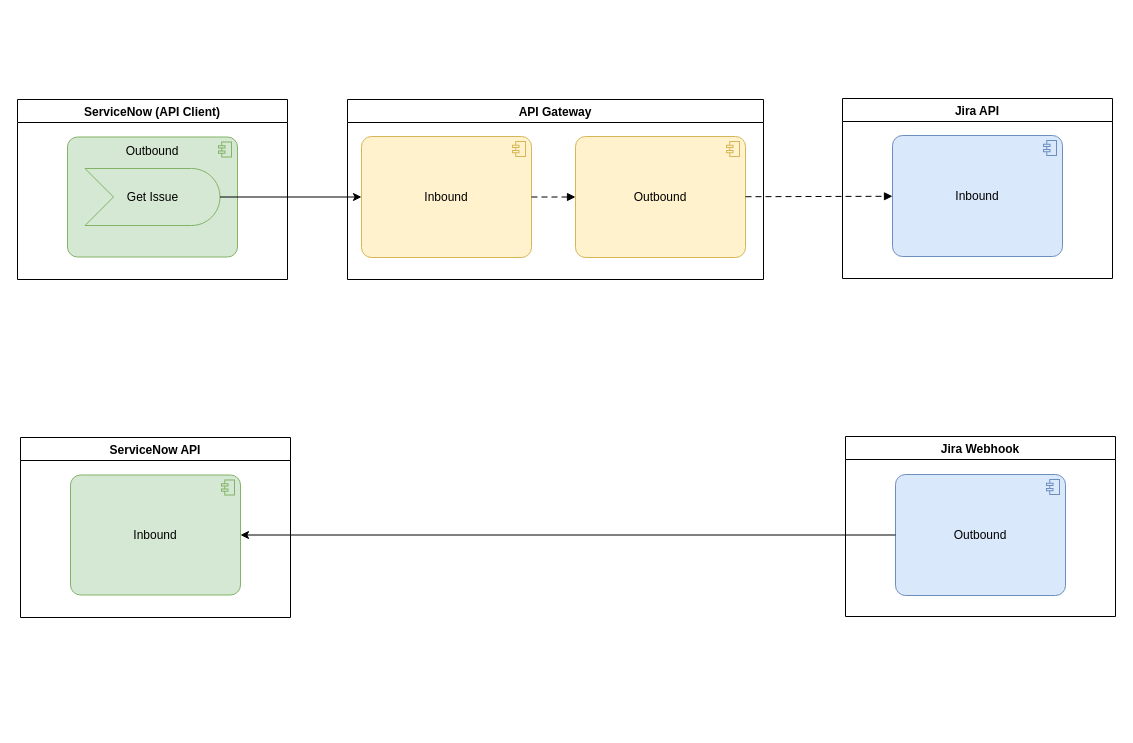
Earlier version of the draw.io diagram page "ApiGateway" (1 of 7) of Rossmann.drawio (algimas/tmp). Source tidied: cells renumbered, new cells numbered last; positions are measured from the earlier drawing's top-left corner, leaving out a move shared by most shapes. Both pictures are drawn from the tidied source at 100%, with x=0, y=0 at pixel (17, 98).
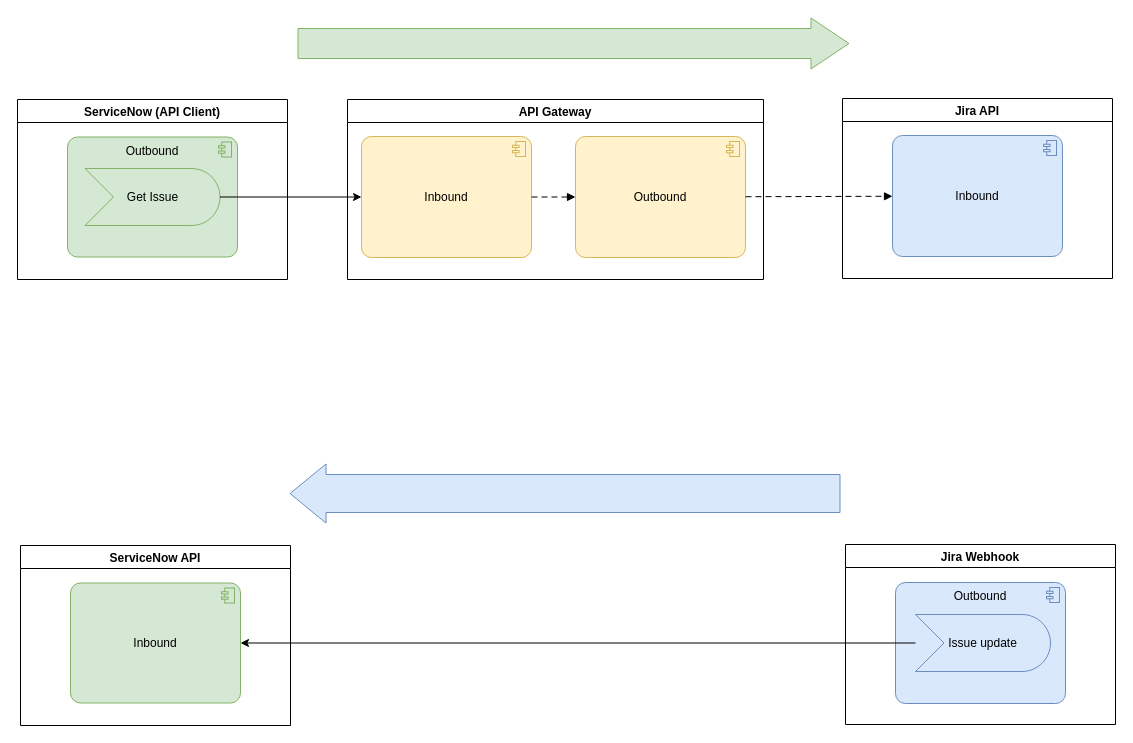
The same page after the edit.

Unchanged cells that the change refers to:
```xml
<mxCell id="14" value="Inbound" style="html=1;outlineConnect=0;whiteSpace=wrap;fillColor=#d5e8d4;shape=mxgraph.archimate3.application;appType=comp;archiType=rounded;strokeColor=#82b366;verticalAlign=middle;fontStyle=0;" parent="13" vertex="1">
  <mxGeometry x="50" y="37.5" width="170" height="120" as="geometry" />
</mxCell>
```

The edit, as a diff of the source:
```diff
@@
     <mxCell id="13" value="ServiceNow API" style="swimlane;" parent="1" vertex="1">
-      <mxGeometry x="3" y="339" width="270" height="180" as="geometry" />
+      <mxGeometry x="3" y="447" width="270" height="180" as="geometry" />
     </mxCell>
@@
     <mxCell id="15" value="Jira Webhook" style="swimlane;" parent="1" vertex="1">
-      <mxGeometry x="828" y="338" width="270" height="180" as="geometry" />
+      <mxGeometry x="828" y="446" width="270" height="180" as="geometry" />
     </mxCell>
-    <mxCell id="16" value="Outbound" style="html=1;outlineConnect=0;whiteSpace=wrap;fillColor=#dae8fc;shape=mxgraph.archimate3.application;appType=comp;archiType=rounded;strokeColor=#6c8ebf;verticalAlign=middle;fontStyle=0;" parent="15" vertex="1">
+    <mxCell id="16" value="Outbound" style="html=1;outlineConnect=0;whiteSpace=wrap;fillColor=#dae8fc;shape=mxgraph.archimate3.application;appType=comp;archiType=rounded;strokeColor=#6c8ebf;verticalAlign=top;fontStyle=0;" parent="15" vertex="1">
       <mxGeometry x="50" y="38" width="170" height="121" as="geometry" />
     </mxCell>
+    <mxCell id="18" value="Issue update" style="html=1;outlineConnect=0;whiteSpace=wrap;fillColor=#dae8fc;shape=mxgraph.archimate3.event;strokeColor=#6c8ebf;fontStyle=0;" parent="15" vertex="1">
+      <mxGeometry x="70" y="70" width="135" height="57" as="geometry" />
+    </mxCell>
-    <mxCell id="17" style="edgeStyle=none;rounded=0;jettySize=auto;html=1;fontSize=6;fontStyle=0;" parent="1" edge="1" source="16" target="14">
+    <mxCell id="17" style="edgeStyle=none;rounded=0;jettySize=auto;html=1;fontSize=6;fontStyle=0;" parent="1" edge="1" source="18" target="14">
       <mxGeometry relative="1" as="geometry" />
     </mxCell>
+    <mxCell id="19" style="shape=flexArrow;endArrow=classic;html=1;rounded=0;width=30;endSize=12.33;fillColor=#d5e8d4;strokeColor=#82b366;" parent="1" edge="1">
+      <mxGeometry relative="1" as="geometry">
+        <mxPoint x="280" y="-55" as="sourcePoint" />
+        <mxPoint x="832" y="-55" as="targetPoint" />
+      </mxGeometry>
+    </mxCell>
+    <mxCell id="20" style="shape=flexArrow;endArrow=classic;html=1;rounded=0;width=38;endSize=11.67;fillColor=#dae8fc;strokeColor=#6c8ebf;" parent="1" edge="1">
+      <mxGeometry relative="1" as="geometry">
+        <mxPoint x="823" y="395" as="sourcePoint" />
+        <mxPoint x="272" y="395" as="targetPoint" />
+      </mxGeometry>
+    </mxCell>
```
